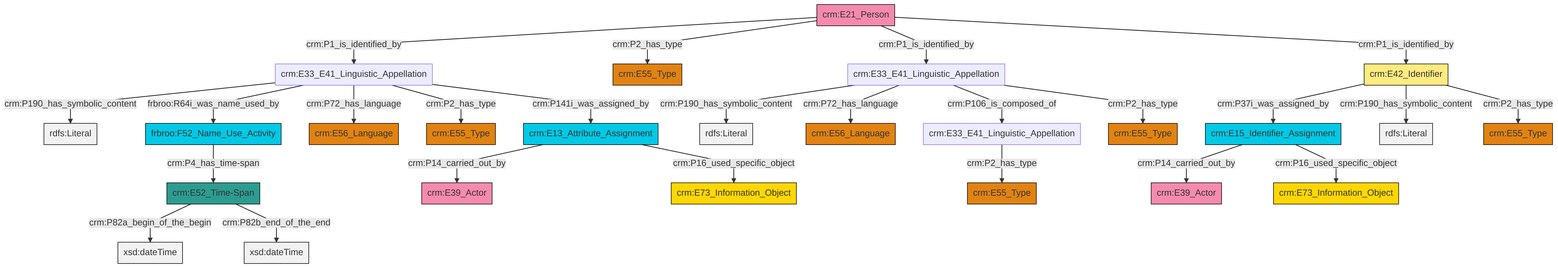
Above: et/personCSV/ttl/mmd/png/Person_Names_and_Classification.png in swiss-art-research-net/docs.swissartresearch (Mermaid), before the change. Its source is kept beside it as et/personCSV/ttl/mmd/Person_Names_and_Classification.ttl.mmd.
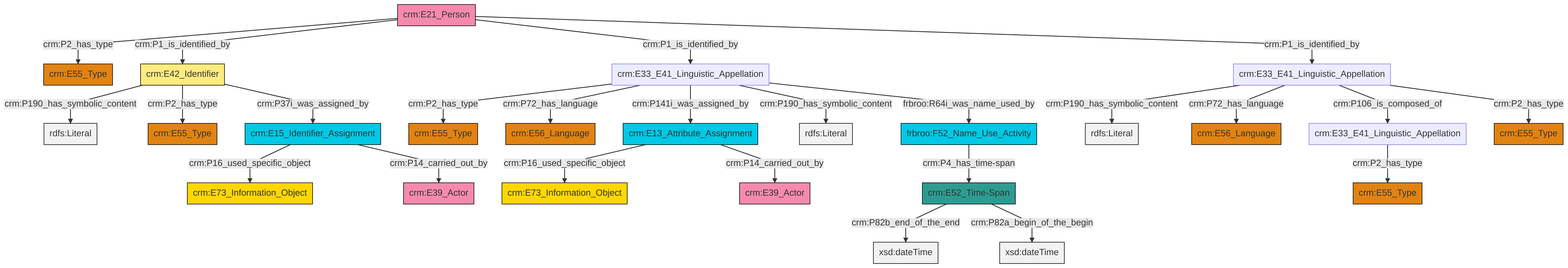
The same file after the commit.

Change to the diagram source:
```diff
@@ -13,27 +13,27 @@
 classDef PC_Classes fill:#4ce600, stroke:#000000;
 classDef Multi fill:#cccccc,stroke:#000000;
 
-0["crm:E33_E41_Linguistic_Appellation"]:::Default -->|crm:P190_has_symbolic_content| 1[rdfs:Literal]:::Literal
-2["crm:E42_Identifier"]:::Appellation -->|crm:P37i_was_assigned_by| 4["crm:E15_Identifier_Assignment"]:::Temporal_Entity
-5["crm:E33_E41_Linguistic_Appellation"]:::Default -->|crm:P190_has_symbolic_content| 6[rdfs:Literal]:::Literal
-9["crm:E21_Person"]:::Actor -->|crm:P1_is_identified_by| 5["crm:E33_E41_Linguistic_Appellation"]:::Default
-12["crm:E52_Time-Span"]:::Time-Span -->|crm:P82a_begin_of_the_begin| 13[xsd:dateTime]:::Literal
-0["crm:E33_E41_Linguistic_Appellation"]:::Default -->|crm:P72_has_language| 14["crm:E56_Language"]:::Type
-15["crm:E13_Attribute_Assignment"]:::Temporal_Entity -->|crm:P14_carried_out_by| 17["crm:E39_Actor"]:::Actor
-15["crm:E13_Attribute_Assignment"]:::Temporal_Entity -->|crm:P16_used_specific_object| 20["crm:E73_Information_Object"]:::Conceptual_Object
-2["crm:E42_Identifier"]:::Appellation -->|crm:P190_has_symbolic_content| 27[rdfs:Literal]:::Literal
-4["crm:E15_Identifier_Assignment"]:::Temporal_Entity -->|crm:P14_carried_out_by| 31["crm:E39_Actor"]:::Actor
-0["crm:E33_E41_Linguistic_Appellation"]:::Default -->|crm:P106_is_composed_of| 29["crm:E33_E41_Linguistic_Appellation"]:::Default
-12["crm:E52_Time-Span"]:::Time-Span -->|crm:P82b_end_of_the_end| 32[xsd:dateTime]:::Literal
-9["crm:E21_Person"]:::Actor -->|crm:P2_has_type| 18["crm:E55_Type"]:::Type
-5["crm:E33_E41_Linguistic_Appellation"]:::Default -->|frbroo:R64i_was_name_used_by| 7["frbroo:F52_Name_Use_Activity"]:::Temporal_Entity
-5["crm:E33_E41_Linguistic_Appellation"]:::Default -->|crm:P72_has_language| 35["crm:E56_Language"]:::Type
-29["crm:E33_E41_Linguistic_Appellation"]:::Default -->|crm:P2_has_type| 38["crm:E55_Type"]:::Type
-5["crm:E33_E41_Linguistic_Appellation"]:::Default -->|crm:P2_has_type| 39["crm:E55_Type"]:::Type
-0["crm:E33_E41_Linguistic_Appellation"]:::Default -->|crm:P2_has_type| 22["crm:E55_Type"]:::Type
-9["crm:E21_Person"]:::Actor -->|crm:P1_is_identified_by| 0["crm:E33_E41_Linguistic_Appellation"]:::Default
-4["crm:E15_Identifier_Assignment"]:::Temporal_Entity -->|crm:P16_used_specific_object| 10["crm:E73_Information_Object"]:::Conceptual_Object
-9["crm:E21_Person"]:::Actor -->|crm:P1_is_identified_by| 2["crm:E42_Identifier"]:::Appellation
-5["crm:E33_E41_Linguistic_Appellation"]:::Default -->|crm:P141i_was_assigned_by| 15["crm:E13_Attribute_Assignment"]:::Temporal_Entity
-7["frbroo:F52_Name_Use_Activity"]:::Temporal_Entity -->|crm:P4_has_time-span| 12["crm:E52_Time-Span"]:::Time-Span
-2["crm:E42_Identifier"]:::Appellation -->|crm:P2_has_type| 33["crm:E55_Type"]:::Type
+0["crm:E33_E41_Linguistic_Appellation"]:::Default -->|crm:P2_has_type| 1["crm:E55_Type"]:::Type
+2["crm:E33_E41_Linguistic_Appellation"]:::Default -->|crm:P190_has_symbolic_content| 3[rdfs:Literal]:::Literal
+6["crm:E13_Attribute_Assignment"]:::Temporal_Entity -->|crm:P16_used_specific_object| 7["crm:E73_Information_Object"]:::Conceptual_Object
+0["crm:E33_E41_Linguistic_Appellation"]:::Default -->|crm:P72_has_language| 8["crm:E56_Language"]:::Type
+11["frbroo:F52_Name_Use_Activity"]:::Temporal_Entity -->|crm:P4_has_time-span| 12["crm:E52_Time-Span"]:::Time-Span
+13["crm:E21_Person"]:::Actor -->|crm:P2_has_type| 14["crm:E55_Type"]:::Type
+19["crm:E42_Identifier"]:::Appellation -->|crm:P190_has_symbolic_content| 20[rdfs:Literal]:::Literal
+13["crm:E21_Person"]:::Actor -->|crm:P1_is_identified_by| 19["crm:E42_Identifier"]:::Appellation
+6["crm:E13_Attribute_Assignment"]:::Temporal_Entity -->|crm:P14_carried_out_by| 22["crm:E39_Actor"]:::Actor
+23["crm:E15_Identifier_Assignment"]:::Temporal_Entity -->|crm:P16_used_specific_object| 24["crm:E73_Information_Object"]:::Conceptual_Object
+26["crm:E33_E41_Linguistic_Appellation"]:::Default -->|crm:P2_has_type| 28["crm:E55_Type"]:::Type
+0["crm:E33_E41_Linguistic_Appellation"]:::Default -->|crm:P141i_was_assigned_by| 6["crm:E13_Attribute_Assignment"]:::Temporal_Entity
+23["crm:E15_Identifier_Assignment"]:::Temporal_Entity -->|crm:P14_carried_out_by| 38["crm:E39_Actor"]:::Actor
+2["crm:E33_E41_Linguistic_Appellation"]:::Default -->|crm:P72_has_language| 34["crm:E56_Language"]:::Type
+19["crm:E42_Identifier"]:::Appellation -->|crm:P2_has_type| 4["crm:E55_Type"]:::Type
+0["crm:E33_E41_Linguistic_Appellation"]:::Default -->|crm:P190_has_symbolic_content| 41[rdfs:Literal]:::Literal
+19["crm:E42_Identifier"]:::Appellation -->|crm:P37i_was_assigned_by| 23["crm:E15_Identifier_Assignment"]:::Temporal_Entity
+0["crm:E33_E41_Linguistic_Appellation"]:::Default -->|frbroo:R64i_was_name_used_by| 11["frbroo:F52_Name_Use_Activity"]:::Temporal_Entity
+2["crm:E33_E41_Linguistic_Appellation"]:::Default -->|crm:P106_is_composed_of| 26["crm:E33_E41_Linguistic_Appellation"]:::Default
+12["crm:E52_Time-Span"]:::Time-Span -->|crm:P82b_end_of_the_end| 43[xsd:dateTime]:::Literal
+2["crm:E33_E41_Linguistic_Appellation"]:::Default -->|crm:P2_has_type| 17["crm:E55_Type"]:::Type
+13["crm:E21_Person"]:::Actor -->|crm:P1_is_identified_by| 0["crm:E33_E41_Linguistic_Appellation"]:::Default
+13["crm:E21_Person"]:::Actor -->|crm:P1_is_identified_by| 2["crm:E33_E41_Linguistic_Appellation"]:::Default
+12["crm:E52_Time-Span"]:::Time-Span -->|crm:P82a_begin_of_the_begin| 46[xsd:dateTime]:::Literal
```
